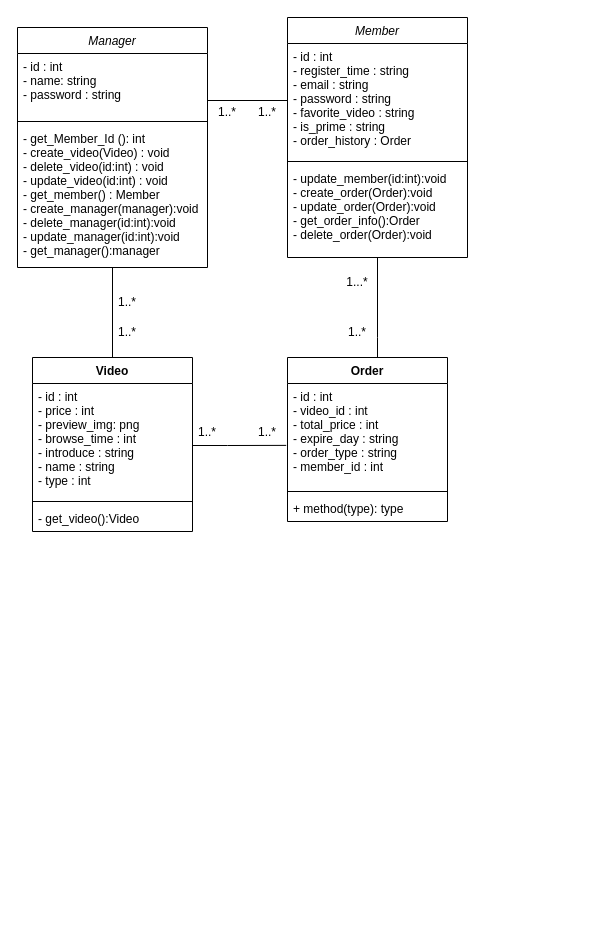
kevinjone25/SA keeps this draw.io diagram as Untitled Diagram.drawio. Above is the earlier version. Source tidied: cells renumbered, new cells numbered last; positions are measured from the earlier drawing's top-left corner, leaving out a move shared by most shapes. Both pictures are drawn from the tidied source at 100%, with x=0, y=0 at pixel (17, 17).
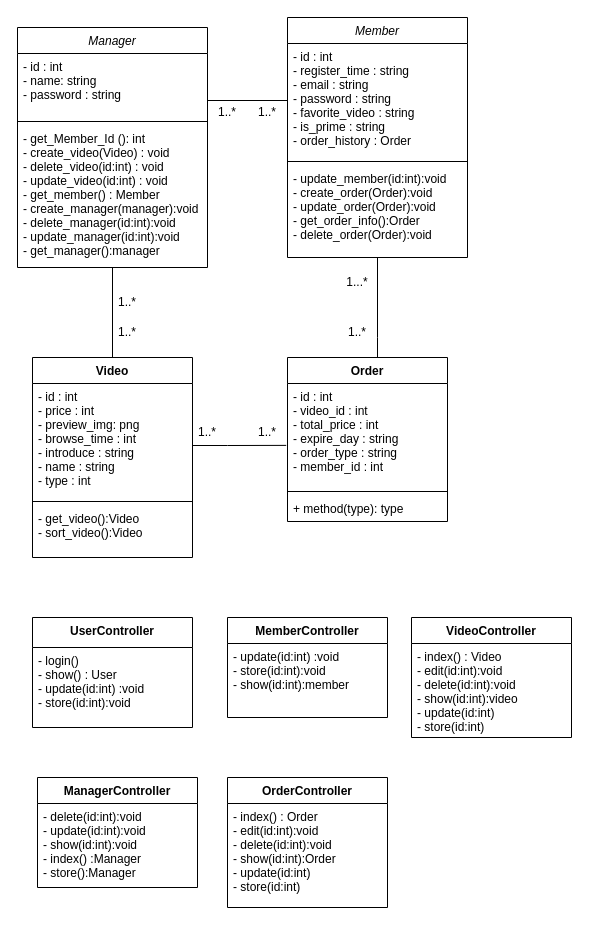
The same page after the edit.

The edit, as a diff of the source:
```diff
@@
     <mxCell id="21" value="Video" style="swimlane;fontStyle=1;align=center;verticalAlign=top;horizontal=1;startSize=26;" parent="1" vertex="1">
-      <mxGeometry x="15" y="340" width="160" height="174" as="geometry" />
+      <mxGeometry x="15" y="340" width="160" height="200" as="geometry" />
     </mxCell>
@@
-    <mxCell id="24" value="- get_video():Video" style="text;strokeColor=none;fillColor=none;align=left;verticalAlign=top;spacingLeft=4;spacingRight=4;overflow=hidden;" parent="21" vertex="1">
-      <mxGeometry y="148" width="160" height="26" as="geometry" />
+    <mxCell id="24" value="- get_video():Video&#10;- sort_video():Video" style="text;strokeColor=none;fillColor=none;align=left;verticalAlign=top;spacingLeft=4;spacingRight=4;overflow=hidden;" parent="21" vertex="1">
+      <mxGeometry y="148" width="160" height="52" as="geometry" />
     </mxCell>
@@
+    <mxCell id="30" value="UserController" style="swimlane;fontStyle=1;align=center;verticalAlign=top;horizontal=1;startSize=30;" parent="1" vertex="1">
+      <mxGeometry x="15" y="600" width="160" height="110" as="geometry" />
+    </mxCell>
+    <mxCell id="31" value="- login()&#10;- show() : User&#10;- update(id:int) :void&#10;- store(id:int):void&#10;&#10;" style="text;strokeColor=none;fillColor=none;align=left;verticalAlign=top;spacingLeft=4;spacingRight=4;overflow=hidden;" parent="30" vertex="1">
+      <mxGeometry y="30" width="160" height="80" as="geometry" />
+    </mxCell>
+    <mxCell id="32" value="MemberController" style="swimlane;fontStyle=1;align=center;verticalAlign=top;horizontal=1;startSize=26;" parent="1" vertex="1">
+      <mxGeometry x="210" y="600" width="160" height="100" as="geometry" />
+    </mxCell>
+    <mxCell id="33" value="- update(id:int) :void&#10;- store(id:int):void&#10;- show(id:int):member&#10;" style="text;strokeColor=none;fillColor=none;align=left;verticalAlign=top;spacingLeft=4;spacingRight=4;overflow=hidden;" parent="32" vertex="1">
+      <mxGeometry y="26" width="160" height="74" as="geometry" />
+    </mxCell>
+    <mxCell id="34" value="VideoController" style="swimlane;fontStyle=1;align=center;verticalAlign=top;horizontal=1;startSize=26;" parent="1" vertex="1">
+      <mxGeometry x="394" y="600" width="160" height="120" as="geometry" />
+    </mxCell>
+    <mxCell id="35" value="- index() : Video&#10;- edit(id:int):void&#10;- delete(id:int):void&#10;- show(id:int):video&#10;- update(id:int)&#10;- store(id:int)" style="text;strokeColor=none;fillColor=none;align=left;verticalAlign=top;spacingLeft=4;spacingRight=4;overflow=hidden;" parent="34" vertex="1">
+      <mxGeometry y="26" width="160" height="94" as="geometry" />
+    </mxCell>
+    <mxCell id="36" value="ManagerController" style="swimlane;fontStyle=1;align=center;verticalAlign=top;horizontal=1;startSize=26;" parent="1" vertex="1">
+      <mxGeometry x="20" y="760" width="160" height="110" as="geometry" />
+    </mxCell>
+    <mxCell id="37" value="- delete(id:int):void&#10;- update(id:int):void&#10;- show(id:int):void&#10;- index() :Manager&#10;- store():Manager" style="text;strokeColor=none;fillColor=none;align=left;verticalAlign=top;spacingLeft=4;spacingRight=4;overflow=hidden;" parent="36" vertex="1">
+      <mxGeometry y="26" width="160" height="84" as="geometry" />
+    </mxCell>
+    <mxCell id="38" value="OrderController" style="swimlane;fontStyle=1;align=center;verticalAlign=top;horizontal=1;startSize=26;" parent="1" vertex="1">
+      <mxGeometry x="210" y="760" width="160" height="130" as="geometry" />
+    </mxCell>
+    <mxCell id="39" value="- index() : Order&#10;- edit(id:int):void&#10;- delete(id:int):void&#10;- show(id:int):Order&#10;- update(id:int)&#10;- store(id:int)" style="text;strokeColor=none;fillColor=none;align=left;verticalAlign=top;spacingLeft=4;spacingRight=4;overflow=hidden;" parent="38" vertex="1">
+      <mxGeometry y="26" width="160" height="104" as="geometry" />
+    </mxCell>
```
